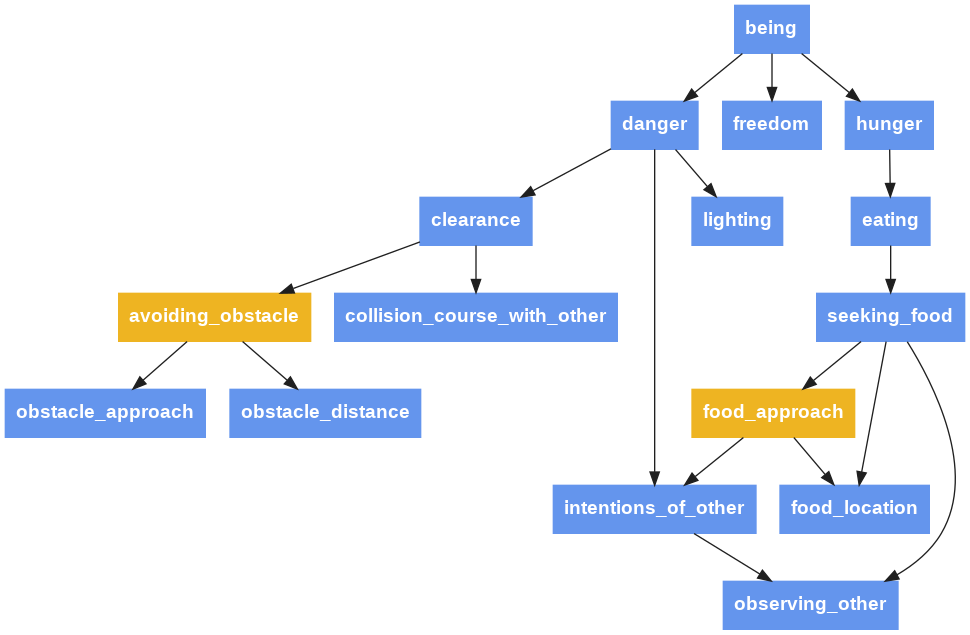
This is gm_tree.png from jfcloutier/andy_world, a Graphviz export, as it was before one commit. Its source is kept beside it as gm_tree.dot.
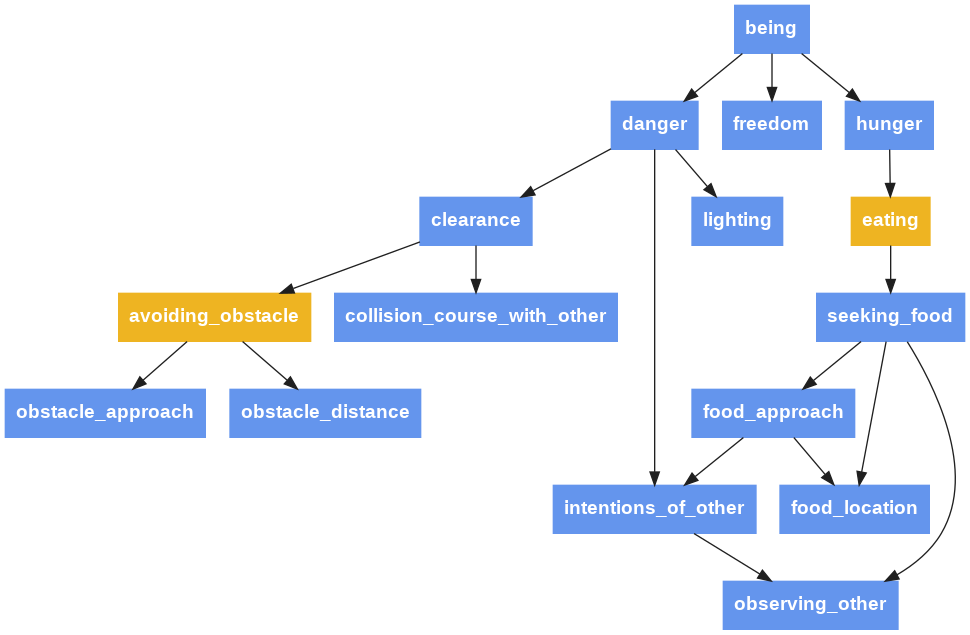
Later version of the same file.

The edit, as a diff of the source:
```diff
@@ -5,8 +5,8 @@
   v2 [label="clearance",fontname="helvetica bold",style="filled",fillcolor="cornflowerblue",color="cornflowerblue",fontcolor="white",shape="box"]
   v3 [label="collision_course_with_other",fontname="helvetica bold",style="filled",fillcolor="cornflowerblue",color="cornflowerblue",fontcolor="white",shape="box"]
   v4 [label="danger",fontname="helvetica bold",style="filled",fillcolor="cornflowerblue",color="cornflowerblue",fontcolor="white",shape="box"]
-  v5 [label="eating",fontname="helvetica bold",style="filled",fillcolor="cornflowerblue",color="cornflowerblue",fontcolor="white",shape="box"]
-  v6 [label="food_approach",fontname="helvetica bold",style="filled",fillcolor="goldenrod2",color="goldenrod2",fontcolor="white",shape="box"]
+  v5 [label="eating",fontname="helvetica bold",style="filled",fillcolor="goldenrod2",color="goldenrod2",fontcolor="white",shape="box"]
+  v6 [label="food_approach",fontname="helvetica bold",style="filled",fillcolor="cornflowerblue",color="cornflowerblue",fontcolor="white",shape="box"]
   v7 [label="freedom",fontname="helvetica bold",style="filled",fillcolor="cornflowerblue",color="cornflowerblue",fontcolor="white",shape="box"]
   v8 [label="hunger",fontname="helvetica bold",style="filled",fillcolor="cornflowerblue",color="cornflowerblue",fontcolor="white",shape="box"]
   v9 [label="intentions_of_other",fontname="helvetica bold",style="filled",fillcolor="cornflowerblue",color="cornflowerblue",fontcolor="white",shape="box"]
```
